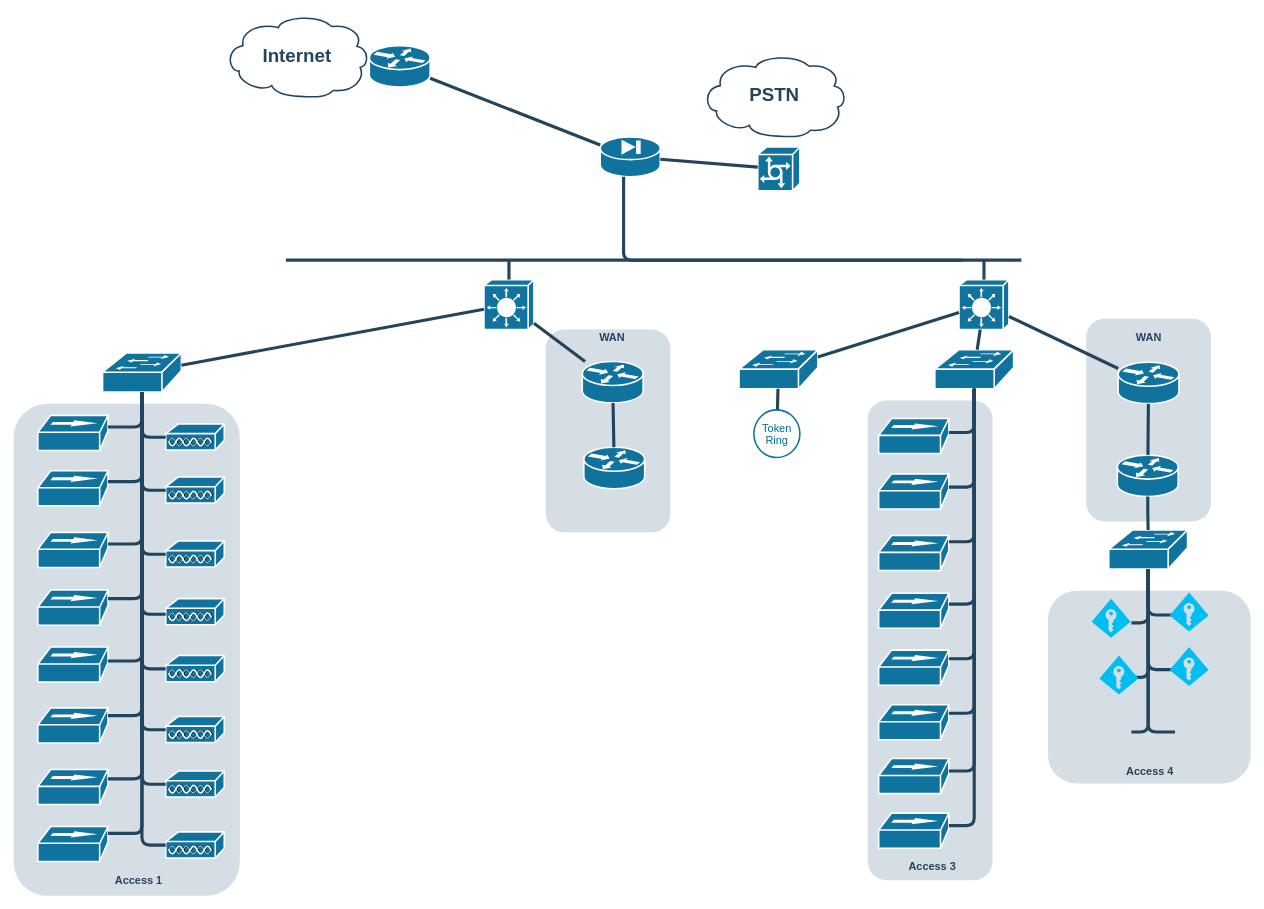
Earlier version of the draw.io diagram Actualizacion.drawio (0002itz/pruevas-registro-de-seguridad). Source tidied: cells renumbered, new cells numbered last; positions are measured from the earlier drawing's top-left corner, leaving out a move shared by most shapes. Both pictures are drawn from the tidied source at 78%, with x=0, y=0 at pixel (13, 14).
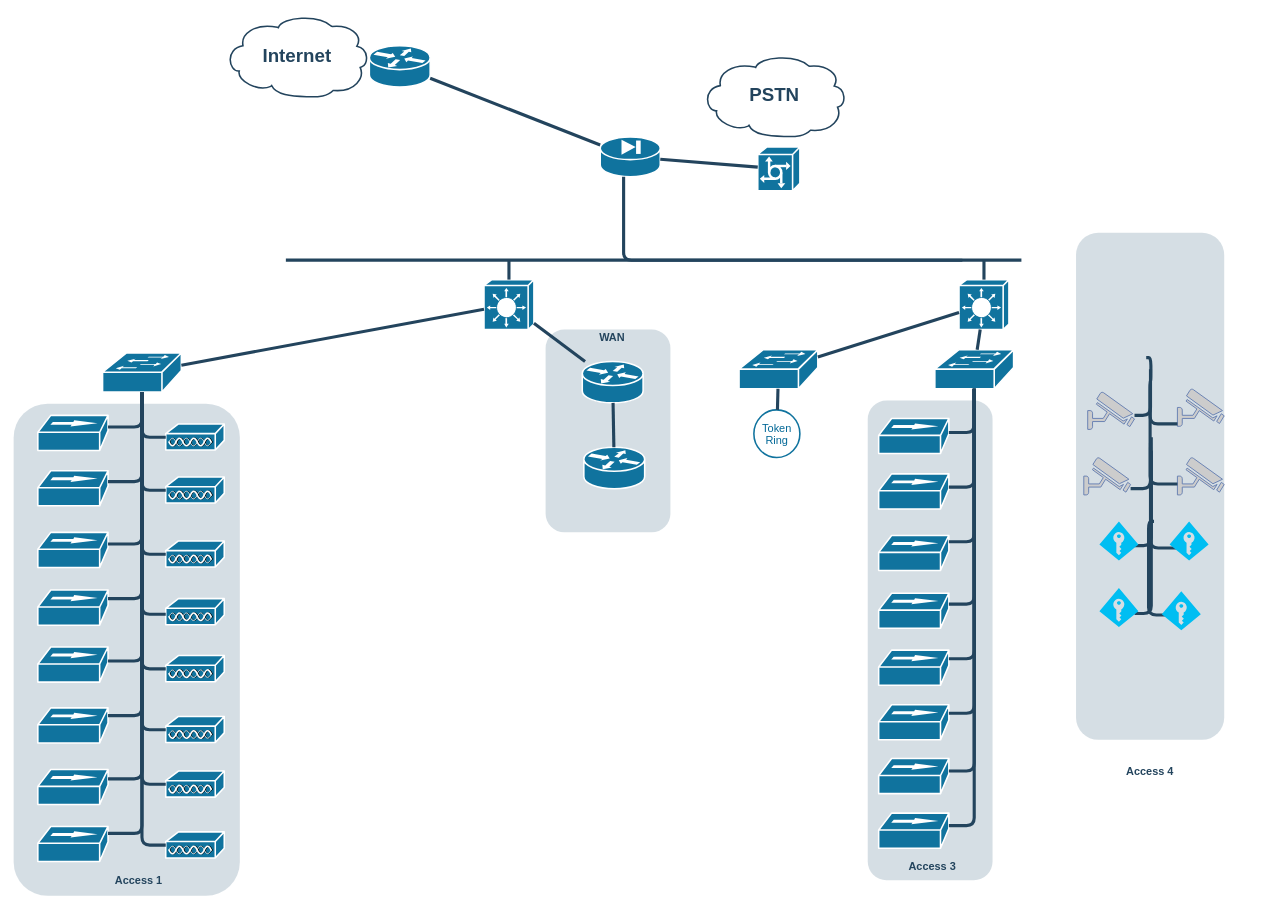
After the change.

Unchanged cells that the change refers to:
```xml
<mxCell id="13" style="shape=mxgraph.cisco.switches.layer_3_switch;html=1;dashed=0;fillColor=#10739E;strokeColor=#ffffff;strokeWidth=2;verticalLabelPosition=bottom;verticalAlign=top;fontFamily=Helvetica;fontSize=36;fontColor=#FFB366;" parent="1" vertex="1">
  <mxGeometry x="1212" y="340" width="64" height="64" as="geometry" />
</mxCell>
```

The edit, as a diff of the source:
```diff
@@
     <mxCell id="4" style="rounded=1;whiteSpace=wrap;html=1;strokeColor=none;fillColor=#BAC8D3;fontSize=24;fontColor=#23445D;align=center;opacity=60;" parent="1" vertex="1">
-      <mxGeometry x="1326" y="739" width="260" height="247" as="geometry" />
+      <mxGeometry x="1362" y="280" width="190" height="650" as="geometry" />
     </mxCell>
-    <mxCell id="5" style="rounded=1;whiteSpace=wrap;html=1;strokeColor=none;fillColor=#BAC8D3;fontSize=24;fontColor=#23445D;align=center;opacity=60;" parent="1" vertex="1">
-      <mxGeometry x="1375" y="390" width="160" height="260" as="geometry" />
-    </mxCell>
@@
-    <mxCell id="30" style="shape=mxgraph.cisco.routers.router;html=1;dashed=0;fillColor=#10739E;strokeColor=#ffffff;strokeWidth=2;verticalLabelPosition=bottom;verticalAlign=top;fontFamily=Helvetica;fontSize=36;fontColor=#FFB366;" parent="1" vertex="1">
-      <mxGeometry x="1416" y="446" width="78" height="53" as="geometry" />
-    </mxCell>
@@
-    <mxCell id="32" style="shape=mxgraph.cisco.routers.router;html=1;dashed=0;fillColor=#10739E;strokeColor=#ffffff;strokeWidth=2;verticalLabelPosition=bottom;verticalAlign=top;fontFamily=Helvetica;fontSize=36;fontColor=#FFB366;" parent="1" vertex="1">
-      <mxGeometry x="1415" y="565" width="78" height="53" as="geometry" />
-    </mxCell>
-    <mxCell id="33" style="shape=mxgraph.cisco.switches.workgroup_switch;html=1;dashed=0;fillColor=#10739E;strokeColor=#ffffff;strokeWidth=2;verticalLabelPosition=bottom;verticalAlign=top;fontFamily=Helvetica;fontSize=36;fontColor=#FFB366;" parent="1" vertex="1">
-      <mxGeometry x="1404" y="661" width="101" height="50" as="geometry" />
-    </mxCell>
@@
-    <mxCell id="50" style="edgeStyle=none;rounded=1;html=1;strokeColor=#23445D;endArrow=none;endFill=0;strokeWidth=4;" parent="1" edge="1" source="13" target="30">
-      <mxGeometry relative="1" as="geometry" />
-    </mxCell>
@@
-    <mxCell id="69" style="rounded=1;html=1;strokeColor=#23445D;endArrow=none;endFill=0;strokeWidth=4;" parent="1" edge="1" source="30" target="32">
-      <mxGeometry relative="1" as="geometry" />
-    </mxCell>
@@
-    <mxCell id="74" style="edgeStyle=orthogonalEdgeStyle;rounded=1;html=1;strokeColor=#23445D;endArrow=none;endFill=0;strokeWidth=4;" parent="1" edge="1" source="32" target="33">
-      <mxGeometry relative="1" as="geometry" />
-    </mxCell>
-    <mxCell id="75" style="edgeStyle=orthogonalEdgeStyle;rounded=1;html=1;strokeColor=#23445D;endArrow=none;endFill=0;strokeWidth=4;" parent="1" edge="1" source="33">
-      <mxGeometry relative="1" as="geometry">
-        <mxPoint x="1433" y="780" as="targetPoint" />
-        <Array as="points">
-          <mxPoint x="1454" y="780" />
-        </Array>
-      </mxGeometry>
-    </mxCell>
-    <mxCell id="76" style="edgeStyle=orthogonalEdgeStyle;rounded=1;html=1;strokeColor=#23445D;endArrow=none;endFill=0;strokeWidth=4;" parent="1" edge="1" source="33">
+    <mxCell id="76" style="edgeStyle=orthogonalEdgeStyle;rounded=1;html=1;strokeColor=#23445D;endArrow=none;endFill=0;strokeWidth=4;" parent="1" edge="1">
       <mxGeometry relative="1" as="geometry">
-        <mxPoint x="1433" y="850" as="targetPoint" />
+        <mxPoint x="1458.5" y="542" as="sourcePoint" />
+        <mxPoint x="1437" y="681" as="targetPoint" />
         <Array as="points">
-          <mxPoint x="1454" y="850" />
+          <mxPoint x="1458" y="681" />
         </Array>
       </mxGeometry>
     </mxCell>
-    <mxCell id="77" style="edgeStyle=orthogonalEdgeStyle;rounded=1;html=1;strokeColor=#23445D;endArrow=none;endFill=0;strokeWidth=4;" parent="1" edge="1" source="33">
+    <mxCell id="77" style="edgeStyle=orthogonalEdgeStyle;rounded=1;html=1;strokeColor=#23445D;endArrow=none;endFill=0;strokeWidth=4;" parent="1" edge="1">
       <mxGeometry relative="1" as="geometry">
-        <mxPoint x="1433" y="920" as="targetPoint" />
+        <mxPoint x="1458.5" y="559" as="sourcePoint" />
+        <mxPoint x="1437" y="768" as="targetPoint" />
         <Array as="points">
-          <mxPoint x="1454" y="920" />
+          <mxPoint x="1458" y="768" />
         </Array>
       </mxGeometry>
     </mxCell>
-    <mxCell id="78" style="edgeStyle=orthogonalEdgeStyle;rounded=1;html=1;strokeColor=#23445D;endArrow=none;endFill=0;strokeWidth=4;" parent="1" edge="1" source="33">
+    <mxCell id="78" style="edgeStyle=orthogonalEdgeStyle;rounded=1;html=1;strokeColor=#23445D;endArrow=none;endFill=0;strokeWidth=4;" parent="1" edge="1">
       <mxGeometry relative="1" as="geometry">
-        <mxPoint x="1489" y="770" as="targetPoint" />
+        <mxPoint x="1462" y="650" as="sourcePoint" />
+        <mxPoint x="1482" y="770" as="targetPoint" />
         <Array as="points">
-          <mxPoint x="1454" y="770" />
+          <mxPoint x="1455" y="770" />
         </Array>
       </mxGeometry>
     </mxCell>
-    <mxCell id="79" style="edgeStyle=orthogonalEdgeStyle;rounded=1;html=1;strokeColor=#23445D;endArrow=none;endFill=0;strokeWidth=4;" parent="1" edge="1" source="33">
+    <mxCell id="79" style="edgeStyle=orthogonalEdgeStyle;rounded=1;html=1;strokeColor=#23445D;endArrow=none;endFill=0;strokeWidth=4;" parent="1" edge="1">
       <mxGeometry relative="1" as="geometry">
-        <mxPoint x="1489" y="840" as="targetPoint" />
+        <mxPoint x="1457.5" y="555" as="sourcePoint" />
+        <mxPoint x="1492" y="684" as="targetPoint" />
         <Array as="points">
-          <mxPoint x="1454" y="840" />
+          <mxPoint x="1457" y="684" />
         </Array>
       </mxGeometry>
     </mxCell>
-    <mxCell id="80" style="edgeStyle=orthogonalEdgeStyle;rounded=1;html=1;strokeColor=#23445D;endArrow=none;endFill=0;strokeWidth=4;" parent="1" edge="1" source="33">
-      <mxGeometry relative="1" as="geometry">
-        <mxPoint x="1489" y="920" as="targetPoint" />
-        <Array as="points">
-          <mxPoint x="1454" y="920" />
-        </Array>
-      </mxGeometry>
-    </mxCell>
-    <mxCell id="81" value="&lt;font color=&quot;#23445d&quot;&gt;WAN&lt;/font&gt;" style="rounded=1;whiteSpace=wrap;html=1;strokeColor=none;fillColor=none;fontSize=14;fontColor=#742B21;align=center;fontStyle=1;" parent="1" vertex="1">
-      <mxGeometry x="1419" y="404" width="73" height="19" as="geometry" />
-    </mxCell>
@@
     <mxCell id="98" style="verticalLabelPosition=bottom;html=1;verticalAlign=top;align=center;strokeColor=none;fillColor=#00BEF2;shape=mxgraph.azure.access_control;" parent="1" vertex="1">
-      <mxGeometry x="1382" y="749" width="50" height="50" as="geometry" />
+      <mxGeometry x="1392" y="650" width="50" height="50" as="geometry" />
     </mxCell>
     <mxCell id="99" style="verticalLabelPosition=bottom;html=1;verticalAlign=top;align=center;strokeColor=none;fillColor=#00BEF2;shape=mxgraph.azure.access_control;" parent="1" vertex="1">
-      <mxGeometry x="1482" y="741" width="50" height="50" as="geometry" />
+      <mxGeometry x="1482" y="650" width="50" height="50" as="geometry" />
     </mxCell>
     <mxCell id="100" style="verticalLabelPosition=bottom;html=1;verticalAlign=top;align=center;strokeColor=none;fillColor=#00BEF2;shape=mxgraph.azure.access_control;" parent="1" vertex="1">
-      <mxGeometry x="1482" y="811" width="50" height="50" as="geometry" />
+      <mxGeometry x="1472" y="739.5" width="50" height="50" as="geometry" />
     </mxCell>
     <mxCell id="101" style="verticalLabelPosition=bottom;html=1;verticalAlign=top;align=center;strokeColor=none;fillColor=#00BEF2;shape=mxgraph.azure.access_control;" parent="1" vertex="1">
-      <mxGeometry x="1392" y="822" width="50" height="50" as="geometry" />
+      <mxGeometry x="1392" y="735.5" width="50" height="50" as="geometry" />
     </mxCell>
+    <mxCell id="102" style="fontColor=#0066CC;verticalAlign=top;verticalLabelPosition=bottom;labelPosition=center;align=center;html=1;fillColor=#CCCCCC;strokeColor=#6881B3;gradientColor=none;gradientDirection=north;strokeWidth=2;shape=mxgraph.networks.security_camera;" parent="1" vertex="1">
+      <mxGeometry x="1492" y="568" width="60" height="48" as="geometry" />
+    </mxCell>
+    <mxCell id="103" style="fontColor=#0066CC;verticalAlign=top;verticalLabelPosition=bottom;labelPosition=center;align=center;html=1;fillColor=#CCCCCC;strokeColor=#6881B3;gradientColor=none;gradientDirection=north;strokeWidth=2;shape=mxgraph.networks.security_camera;" parent="1" vertex="1">
+      <mxGeometry x="1492" y="480" width="60" height="48" as="geometry" />
+    </mxCell>
+    <mxCell id="104" style="fontColor=#0066CC;verticalAlign=top;verticalLabelPosition=bottom;labelPosition=center;align=center;html=1;outlineConnect=0;fillColor=#CCCCCC;strokeColor=#6881B3;gradientColor=none;gradientDirection=north;strokeWidth=2;shape=mxgraph.networks.security_camera;" parent="1" vertex="1">
+      <mxGeometry x="1377" y="484" width="60" height="48" as="geometry" />
+    </mxCell>
+    <mxCell id="105" style="fontColor=#0066CC;verticalAlign=top;verticalLabelPosition=bottom;labelPosition=center;align=center;html=1;outlineConnect=0;fillColor=#CCCCCC;strokeColor=#6881B3;gradientColor=none;gradientDirection=north;strokeWidth=2;shape=mxgraph.networks.security_camera;" parent="1" vertex="1">
+      <mxGeometry x="1372" y="568" width="60" height="48" as="geometry" />
+    </mxCell>
+    <mxCell id="106" style="edgeStyle=orthogonalEdgeStyle;rounded=1;html=1;strokeColor=#23445D;endArrow=none;endFill=0;strokeWidth=4;" parent="1" edge="1">
+      <mxGeometry relative="1" as="geometry">
+        <mxPoint x="1458" y="473" as="sourcePoint" />
+        <mxPoint x="1492" y="602" as="targetPoint" />
+        <Array as="points">
+          <mxPoint x="1457" y="602" />
+        </Array>
+      </mxGeometry>
+    </mxCell>
+    <mxCell id="107" style="edgeStyle=orthogonalEdgeStyle;rounded=1;html=1;strokeColor=#23445D;endArrow=none;endFill=0;strokeWidth=4;" parent="1" edge="1">
+      <mxGeometry relative="1" as="geometry">
+        <mxPoint x="1452" y="440" as="sourcePoint" />
+        <mxPoint x="1492" y="525" as="targetPoint" />
+        <Array as="points">
+          <mxPoint x="1458" y="470" />
+          <mxPoint x="1457" y="470" />
+          <mxPoint x="1457" y="525" />
+        </Array>
+      </mxGeometry>
+    </mxCell>
+    <mxCell id="108" style="edgeStyle=orthogonalEdgeStyle;rounded=1;html=1;strokeColor=#23445D;endArrow=none;endFill=0;strokeWidth=4;" parent="1" edge="1" target="105">
+      <mxGeometry relative="1" as="geometry">
+        <mxPoint x="1457.5" y="549" as="sourcePoint" />
+        <Array as="points">
+          <mxPoint x="1458" y="608" />
+        </Array>
+      </mxGeometry>
+    </mxCell>
+    <mxCell id="109" style="edgeStyle=orthogonalEdgeStyle;rounded=1;html=1;strokeColor=#23445D;endArrow=none;endFill=0;strokeWidth=4;" parent="1" edge="1" target="104">
+      <mxGeometry relative="1" as="geometry">
+        <mxPoint x="1457.5" y="455" as="sourcePoint" />
+        <Array as="points">
+          <mxPoint x="1458" y="514" />
+        </Array>
+      </mxGeometry>
+    </mxCell>
```
